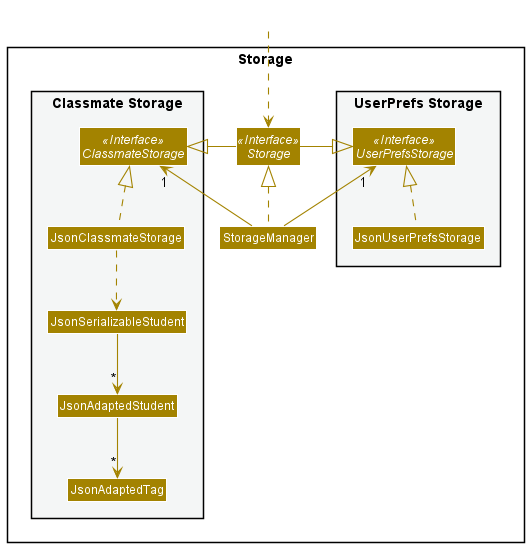
Before: docs/diagrams/StorageClassDiagram.png, a diagram exported from PlantUML (nus-cs2103-AY2122S1/tp).
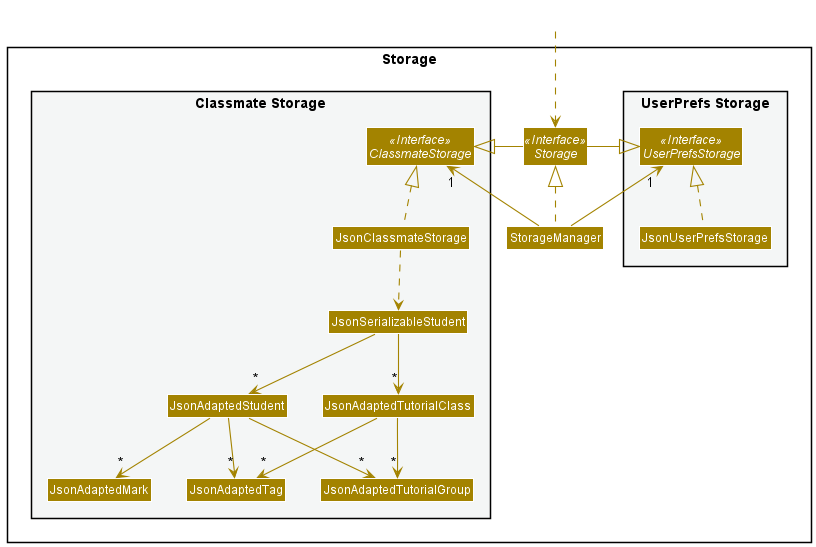
After the change.

The edit, as a diff of the source:
```diff
@@ -19,6 +19,9 @@
 Class JsonClassmateStorage
 Class JsonSerializableStudent
 Class JsonAdaptedStudent
+Class JsonAdaptedTutorialClass
+Class JsonAdaptedTutorialGroup
+Class JsonAdaptedMark
 Class JsonAdaptedTag
 }
 
@@ -38,6 +41,11 @@
 JsonClassmateStorage .up.|> ClassmateStorage
 JsonClassmateStorage ..> JsonSerializableStudent
 JsonSerializableStudent --> "*" JsonAdaptedStudent
+JsonSerializableStudent --> "*" JsonAdaptedTutorialClass
+JsonAdaptedTutorialClass --> "*" JsonAdaptedTutorialGroup
+JsonAdaptedTutorialClass --> "*" JsonAdaptedTag
 JsonAdaptedStudent --> "*" JsonAdaptedTag
+JsonAdaptedStudent --> "*" JsonAdaptedTutorialGroup
+JsonAdaptedStudent --> "*" JsonAdaptedMark
 
 @enduml
```
